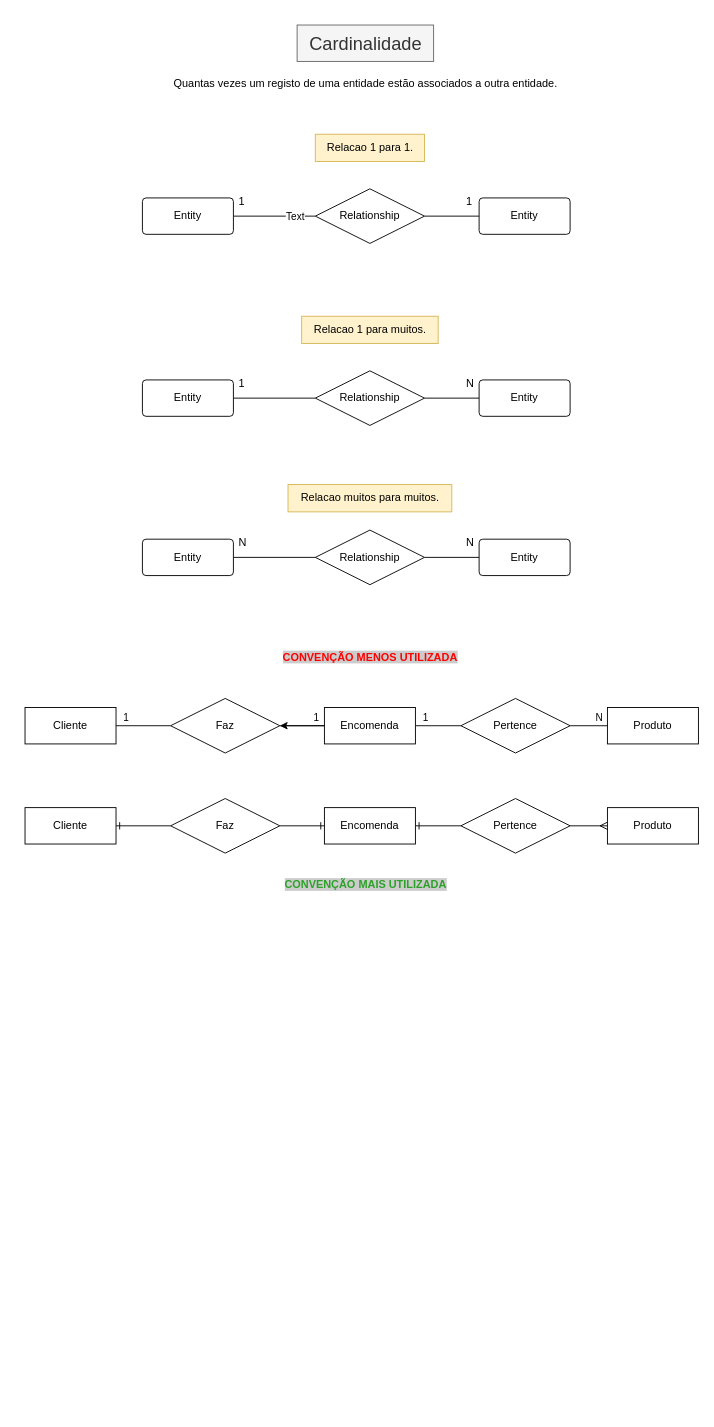
Above: Base de dados/Diagrama Entidade e Relacao/Cardinalidade.drawio in JoaoNuno96/Web-and-Mobile-Developer---CESAE (draw.io), before the change. Source tidied: cells renumbered, new cells numbered last; positions are measured from the earlier drawing's top-left corner, leaving out a move shared by most shapes. Both pictures are drawn from the tidied source at 91%, with x=0, y=0 at pixel (25, 25).
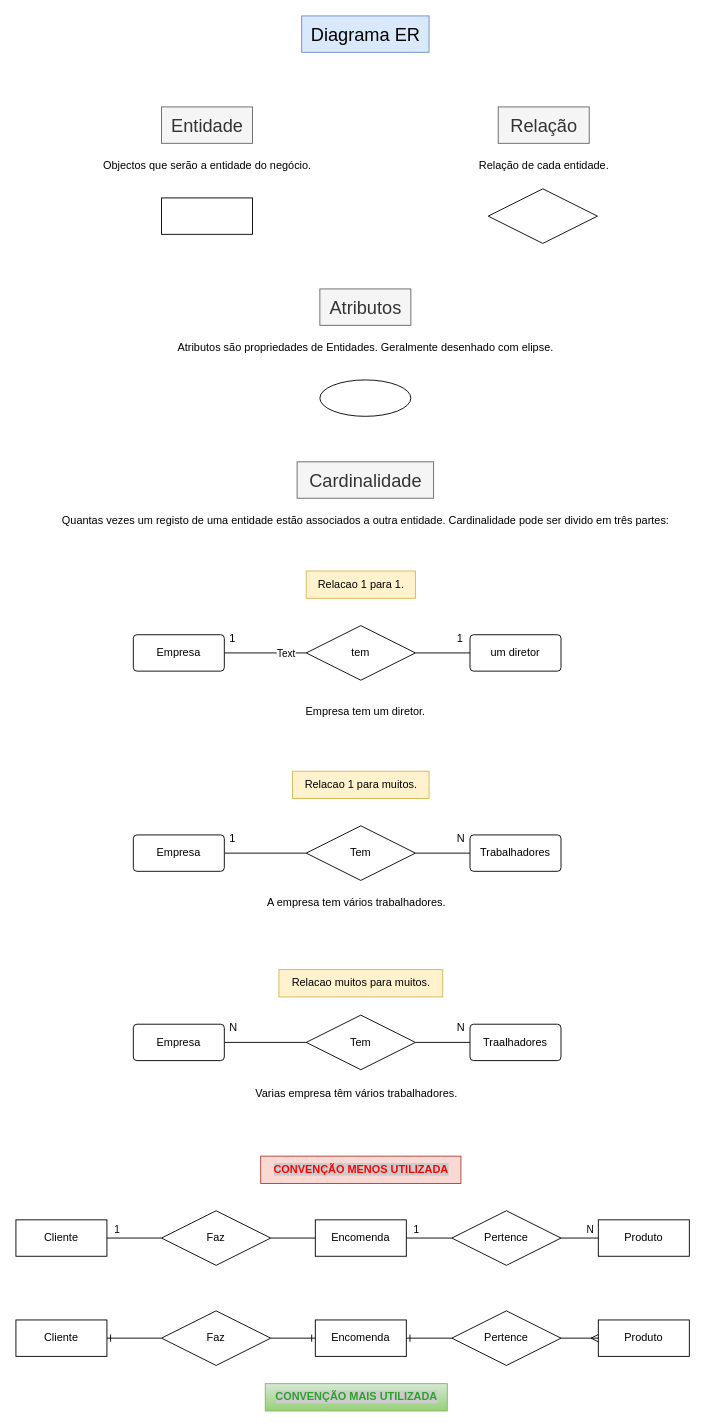
Above is the later version.

The edit, as a diff of the source:
```diff
@@
     <mxCell id="2" value="&lt;font style=&quot;font-size: 20px;&quot;&gt;Cardinalidade&lt;/font&gt;" style="text;html=1;align=center;verticalAlign=middle;rounded=0;glass=0;rotation=0;fillColor=#f5f5f5;fontColor=#333333;strokeColor=#666666;" parent="1" vertex="1">
-      <mxGeometry x="299" width="150" height="40" as="geometry" />
+      <mxGeometry x="299" y="480" width="150" height="40" as="geometry" />
     </mxCell>
-    <mxCell id="3" value="Quantas vezes um registo de uma entidade estão associados a outra entidade." style="text;html=1;align=center;verticalAlign=middle;strokeColor=none;fillColor=none;" parent="1" vertex="1">
-      <mxGeometry x="149" y="50" width="450" height="30" as="geometry" />
+    <mxCell id="3" value="Quantas vezes um registo de uma entidade estão associados a outra entidade. Cardinalidade pode ser divido em três partes:" style="text;html=1;align=center;verticalAlign=middle;strokeColor=none;fillColor=none;" parent="1" vertex="1">
+      <mxGeometry x="29" y="530" width="690" height="30" as="geometry" />
     </mxCell>
     <mxCell id="4" value="Relacao muitos para muitos." style="text;html=1;align=center;verticalAlign=middle;strokeColor=#d6b656;fillColor=#fff2cc;" parent="1" vertex="1">
-      <mxGeometry x="289" y="505" width="180" height="30" as="geometry" />
+      <mxGeometry x="279" y="1038" width="180" height="30" as="geometry" />
     </mxCell>
@@
-    <mxCell id="7" value="Entity" style="rounded=1;arcSize=10;whiteSpace=wrap;html=1;align=center;" parent="1" vertex="1">
-      <mxGeometry x="129" y="190" width="100" height="40" as="geometry" />
+    <mxCell id="7" value="Empresa" style="rounded=1;arcSize=10;whiteSpace=wrap;html=1;align=center;" parent="1" vertex="1">
+      <mxGeometry x="119" y="670" width="100" height="40" as="geometry" />
     </mxCell>
-    <mxCell id="8" value="Entity" style="rounded=1;arcSize=10;whiteSpace=wrap;html=1;align=center;" parent="1" vertex="1">
-      <mxGeometry x="499" y="190" width="100" height="40" as="geometry" />
+    <mxCell id="8" value="um diretor" style="rounded=1;arcSize=10;whiteSpace=wrap;html=1;align=center;" parent="1" vertex="1">
+      <mxGeometry x="489" y="670" width="100" height="40" as="geometry" />
     </mxCell>
@@
-    <mxCell id="10" value="Relationship" style="shape=rhombus;perimeter=rhombusPerimeter;whiteSpace=wrap;html=1;align=center;" parent="1" vertex="1">
-      <mxGeometry x="319" y="180" width="120" height="60" as="geometry" />
+    <mxCell id="10" value="tem" style="shape=rhombus;perimeter=rhombusPerimeter;whiteSpace=wrap;html=1;align=center;" parent="1" vertex="1">
+      <mxGeometry x="309" y="660" width="120" height="60" as="geometry" />
     </mxCell>
     <mxCell id="11" value="1" style="text;strokeColor=none;fillColor=none;spacingLeft=4;spacingRight=4;overflow=hidden;fontSize=12;whiteSpace=wrap;html=1;" parent="1" vertex="1">
-      <mxGeometry x="229" y="180" width="40" height="30" as="geometry" />
+      <mxGeometry x="219" y="660" width="40" height="30" as="geometry" />
     </mxCell>
     <mxCell id="12" value="1" style="text;strokeColor=none;fillColor=none;spacingLeft=4;spacingRight=4;overflow=hidden;fontSize=12;whiteSpace=wrap;html=1;" parent="1" vertex="1">
-      <mxGeometry x="479" y="180" width="40" height="30" as="geometry" />
+      <mxGeometry x="469" y="660" width="40" height="30" as="geometry" />
     </mxCell>
@@
-    <mxCell id="14" value="Entity" style="rounded=1;arcSize=10;whiteSpace=wrap;html=1;align=center;" parent="1" vertex="1">
-      <mxGeometry x="129" y="390" width="100" height="40" as="geometry" />
+    <mxCell id="14" value="Empresa" style="rounded=1;arcSize=10;whiteSpace=wrap;html=1;align=center;" parent="1" vertex="1">
+      <mxGeometry x="119" y="890" width="100" height="40" as="geometry" />
     </mxCell>
-    <mxCell id="15" value="Entity" style="rounded=1;arcSize=10;whiteSpace=wrap;html=1;align=center;" parent="1" vertex="1">
-      <mxGeometry x="499" y="390" width="100" height="40" as="geometry" />
+    <mxCell id="15" value="Trabalhadores" style="rounded=1;arcSize=10;whiteSpace=wrap;html=1;align=center;" parent="1" vertex="1">
+      <mxGeometry x="489" y="890" width="100" height="40" as="geometry" />
     </mxCell>
@@
-    <mxCell id="17" value="Relationship" style="shape=rhombus;perimeter=rhombusPerimeter;whiteSpace=wrap;html=1;align=center;" parent="1" vertex="1">
-      <mxGeometry x="319" y="380" width="120" height="60" as="geometry" />
+    <mxCell id="17" value="Tem" style="shape=rhombus;perimeter=rhombusPerimeter;whiteSpace=wrap;html=1;align=center;" parent="1" vertex="1">
+      <mxGeometry x="309" y="880" width="120" height="60" as="geometry" />
     </mxCell>
     <mxCell id="18" value="1" style="text;strokeColor=none;fillColor=none;spacingLeft=4;spacingRight=4;overflow=hidden;fontSize=12;whiteSpace=wrap;html=1;" parent="1" vertex="1">
-      <mxGeometry x="229" y="380" width="40" height="30" as="geometry" />
+      <mxGeometry x="219" y="880" width="40" height="30" as="geometry" />
     </mxCell>
     <mxCell id="19" value="N" style="text;strokeColor=none;fillColor=none;spacingLeft=4;spacingRight=4;overflow=hidden;fontSize=12;whiteSpace=wrap;html=1;" parent="1" vertex="1">
-      <mxGeometry x="479" y="380" width="40" height="30" as="geometry" />
+      <mxGeometry x="469" y="880" width="40" height="30" as="geometry" />
     </mxCell>
@@
-    <mxCell id="21" value="Entity" style="rounded=1;arcSize=10;whiteSpace=wrap;html=1;align=center;" parent="1" vertex="1">
-      <mxGeometry x="129" y="565" width="100" height="40" as="geometry" />
+    <mxCell id="21" value="Empresa" style="rounded=1;arcSize=10;whiteSpace=wrap;html=1;align=center;" parent="1" vertex="1">
+      <mxGeometry x="119" y="1098" width="100" height="40" as="geometry" />
     </mxCell>
-    <mxCell id="22" value="Entity" style="rounded=1;arcSize=10;whiteSpace=wrap;html=1;align=center;" parent="1" vertex="1">
-      <mxGeometry x="499" y="565" width="100" height="40" as="geometry" />
+    <mxCell id="22" value="Traalhadores" style="rounded=1;arcSize=10;whiteSpace=wrap;html=1;align=center;" parent="1" vertex="1">
+      <mxGeometry x="489" y="1098" width="100" height="40" as="geometry" />
     </mxCell>
@@
-    <mxCell id="24" value="Relationship" style="shape=rhombus;perimeter=rhombusPerimeter;whiteSpace=wrap;html=1;align=center;" parent="1" vertex="1">
-      <mxGeometry x="319" y="555" width="120" height="60" as="geometry" />
+    <mxCell id="24" value="Tem" style="shape=rhombus;perimeter=rhombusPerimeter;whiteSpace=wrap;html=1;align=center;" parent="1" vertex="1">
+      <mxGeometry x="309" y="1088" width="120" height="60" as="geometry" />
     </mxCell>
     <mxCell id="25" value="N" style="text;strokeColor=none;fillColor=none;spacingLeft=4;spacingRight=4;overflow=hidden;fontSize=12;whiteSpace=wrap;html=1;" parent="1" vertex="1">
-      <mxGeometry x="229" y="555" width="40" height="30" as="geometry" />
+      <mxGeometry x="219" y="1088" width="40" height="30" as="geometry" />
     </mxCell>
     <mxCell id="26" value="N" style="text;strokeColor=none;fillColor=none;spacingLeft=4;spacingRight=4;overflow=hidden;fontSize=12;whiteSpace=wrap;html=1;" parent="1" vertex="1">
-      <mxGeometry x="479" y="555" width="40" height="30" as="geometry" />
+      <mxGeometry x="469" y="1088" width="40" height="30" as="geometry" />
     </mxCell>
     <mxCell id="27" value="Relacao 1 para muitos&lt;span style=&quot;background-color: initial;&quot;&gt;.&lt;/span&gt;" style="text;html=1;align=center;verticalAlign=middle;strokeColor=#d6b656;fillColor=#fff2cc;" parent="1" vertex="1">
-      <mxGeometry x="304" y="320" width="150" height="30" as="geometry" />
+      <mxGeometry x="294" y="820" width="150" height="30" as="geometry" />
     </mxCell>
@@
     <mxCell id="30" value="Cliente" style="whiteSpace=wrap;html=1;align=center;" parent="1" vertex="1">
-      <mxGeometry y="750" width="100" height="40" as="geometry" />
+      <mxGeometry x="-10" y="1313" width="100" height="40" as="geometry" />
     </mxCell>
@@
-    <mxCell id="33" style="edgeStyle=orthogonalEdgeStyle;rounded=0;jettySize=auto;html=1;" parent="1" edge="1" source="34" target="38">
+    <mxCell id="33" style="edgeStyle=orthogonalEdgeStyle;rounded=0;jettySize=auto;html=1;endArrow=none;endFill=0;" parent="1" edge="1" source="34" target="38">
       <mxGeometry relative="1" as="geometry" />
     </mxCell>
     <mxCell id="34" value="Encomenda" style="whiteSpace=wrap;html=1;align=center;" parent="1" vertex="1">
-      <mxGeometry x="329" y="750" width="100" height="40" as="geometry" />
+      <mxGeometry x="319" y="1313" width="100" height="40" as="geometry" />
     </mxCell>
     <mxCell id="35" value="Produto" style="whiteSpace=wrap;html=1;align=center;" parent="1" vertex="1">
-      <mxGeometry x="640" y="750" width="100" height="40" as="geometry" />
+      <mxGeometry x="630" y="1313" width="100" height="40" as="geometry" />
     </mxCell>
-    <mxCell id="36" style="edgeStyle=orthogonalEdgeStyle;rounded=0;jettySize=auto;html=1;entryX=0;entryY=0.5;entryDx=0;entryDy=0;endArrow=none;endFill=0;" parent="1" edge="1" source="38" target="34">
-      <mxGeometry relative="1" as="geometry" />
-    </mxCell>
-    <mxCell id="37" value="1" style="edgeLabel;html=1;align=center;verticalAlign=middle;" parent="36" vertex="1">
-      <mxGeometry x="0.05" y="2" relative="1" as="geometry">
-        <mxPoint x="13" y="-8" as="offset" />
-      </mxGeometry>
-    </mxCell>
     <mxCell id="38" value="Faz" style="shape=rhombus;perimeter=rhombusPerimeter;whiteSpace=wrap;html=1;align=center;" parent="1" vertex="1">
-      <mxGeometry x="160" y="740" width="120" height="60" as="geometry" />
+      <mxGeometry x="150" y="1303" width="120" height="60" as="geometry" />
     </mxCell>
@@
     <mxCell id="41" value="Pertence" style="shape=rhombus;perimeter=rhombusPerimeter;whiteSpace=wrap;html=1;align=center;" parent="1" vertex="1">
-      <mxGeometry x="479" y="740" width="120" height="60" as="geometry" />
+      <mxGeometry x="469" y="1303" width="120" height="60" as="geometry" />
     </mxCell>
@@
     <mxCell id="43" value="Cliente" style="whiteSpace=wrap;html=1;align=center;" parent="1" vertex="1">
-      <mxGeometry y="860" width="100" height="40" as="geometry" />
+      <mxGeometry x="-10" y="1423" width="100" height="40" as="geometry" />
     </mxCell>
@@
     <mxCell id="45" value="Encomenda" style="whiteSpace=wrap;html=1;align=center;" parent="1" vertex="1">
-      <mxGeometry x="329" y="860" width="100" height="40" as="geometry" />
+      <mxGeometry x="319" y="1423" width="100" height="40" as="geometry" />
     </mxCell>
     <mxCell id="46" value="Produto" style="whiteSpace=wrap;html=1;align=center;" parent="1" vertex="1">
-      <mxGeometry x="640" y="860" width="100" height="40" as="geometry" />
+      <mxGeometry x="630" y="1423" width="100" height="40" as="geometry" />
     </mxCell>
@@
     <mxCell id="48" value="Faz" style="shape=rhombus;perimeter=rhombusPerimeter;whiteSpace=wrap;html=1;align=center;" parent="1" vertex="1">
-      <mxGeometry x="160" y="850" width="120" height="60" as="geometry" />
+      <mxGeometry x="150" y="1413" width="120" height="60" as="geometry" />
     </mxCell>
@@
     <mxCell id="50" value="Pertence" style="shape=rhombus;perimeter=rhombusPerimeter;whiteSpace=wrap;html=1;align=center;" parent="1" vertex="1">
-      <mxGeometry x="479" y="850" width="120" height="60" as="geometry" />
+      <mxGeometry x="469" y="1413" width="120" height="60" as="geometry" />
     </mxCell>
-    <mxCell id="51" value="&lt;font color=&quot;#2ca128&quot; style=&quot;background-color: rgb(204, 204, 204);&quot;&gt;&lt;b&gt;CONVENÇÃO MAIS UTILIZADA&lt;/b&gt;&lt;/font&gt;" style="text;html=1;align=center;verticalAlign=middle;strokeColor=none;fillColor=none;" parent="1" vertex="1">
-      <mxGeometry x="274" y="930" width="200" height="30" as="geometry" />
+    <mxCell id="51" value="&lt;font color=&quot;#2ca128&quot; style=&quot;background-color: rgb(204, 204, 204);&quot;&gt;&lt;b&gt;CONVENÇÃO MAIS UTILIZADA&lt;/b&gt;&lt;/font&gt;" style="text;html=1;align=center;verticalAlign=middle;strokeColor=#82b366;fillColor=#d5e8d4;gradientColor=#97d077;" parent="1" vertex="1">
+      <mxGeometry x="264" y="1493" width="200" height="30" as="geometry" />
     </mxCell>
-    <mxCell id="52" value="&lt;font color=&quot;#ff0000&quot; style=&quot;background-color: rgb(204, 204, 204);&quot;&gt;&lt;b&gt;CONVENÇÃO MENOS UTILIZADA&lt;/b&gt;&lt;/font&gt;" style="text;html=1;align=center;verticalAlign=middle;strokeColor=none;fillColor=none;" parent="1" vertex="1">
-      <mxGeometry x="269" y="680" width="220" height="30" as="geometry" />
+    <mxCell id="52" value="&lt;font color=&quot;#ff0000&quot; style=&quot;background-color: rgb(204, 204, 204);&quot;&gt;&lt;b&gt;CONVENÇÃO MENOS UTILIZADA&lt;/b&gt;&lt;/font&gt;" style="text;html=1;align=center;verticalAlign=middle;strokeColor=#ae4132;fillColor=#fad9d5;" parent="1" vertex="1">
+      <mxGeometry x="259" y="1243" width="220" height="30" as="geometry" />
     </mxCell>
     <mxCell id="53" value="Relacao 1 para 1&lt;span style=&quot;background-color: initial;&quot;&gt;.&lt;/span&gt;" style="text;html=1;align=center;verticalAlign=middle;strokeColor=#d6b656;fillColor=#fff2cc;" parent="1" vertex="1">
-      <mxGeometry x="319" y="120" width="120" height="30" as="geometry" />
+      <mxGeometry x="309" y="600" width="120" height="30" as="geometry" />
     </mxCell>
+    <mxCell id="54" value="&lt;font style=&quot;font-size: 20px;&quot;&gt;Atributos&lt;/font&gt;" style="text;html=1;align=center;verticalAlign=middle;rounded=0;glass=0;rotation=0;fillColor=#f5f5f5;fontColor=#333333;strokeColor=#666666;" parent="1" vertex="1">
+      <mxGeometry x="324" y="290" width="100" height="40" as="geometry" />
+    </mxCell>
+    <mxCell id="55" value="Atributos são propriedades de Entidades. Geralmente desenhado com elipse." style="text;html=1;align=center;verticalAlign=middle;strokeColor=none;fillColor=none;" parent="1" vertex="1">
+      <mxGeometry x="154" y="340" width="440" height="30" as="geometry" />
+    </mxCell>
+    <mxCell id="56" value="&lt;span style=&quot;font-size: 20px;&quot;&gt;Entidade&lt;/span&gt;" style="text;html=1;align=center;verticalAlign=middle;rounded=0;glass=0;rotation=0;fillColor=#f5f5f5;fontColor=#333333;strokeColor=#666666;" parent="1" vertex="1">
+      <mxGeometry x="150" y="90" width="100" height="40" as="geometry" />
+    </mxCell>
+    <mxCell id="57" value="Objectos que serão a entidade do negócio." style="text;html=1;align=center;verticalAlign=middle;" parent="1" vertex="1">
+      <mxGeometry x="75" y="140" width="250" height="30" as="geometry" />
+    </mxCell>
+    <mxCell id="58" value="&lt;span style=&quot;font-size: 20px;&quot;&gt;Relação&lt;/span&gt;" style="text;html=1;align=center;verticalAlign=middle;rounded=0;glass=0;rotation=0;fillColor=#f5f5f5;fontColor=#333333;strokeColor=#666666;" parent="1" vertex="1">
+      <mxGeometry x="520" y="90" width="100" height="40" as="geometry" />
+    </mxCell>
+    <mxCell id="59" value="Relação de cada entidade." style="text;html=1;align=center;verticalAlign=middle;strokeColor=none;fillColor=none;" parent="1" vertex="1">
+      <mxGeometry x="485" y="140" width="170" height="30" as="geometry" />
+    </mxCell>
+    <mxCell id="60" style="shape=rhombus;perimeter=rhombusPerimeter;whiteSpace=wrap;html=1;align=center;" parent="1" vertex="1">
+      <mxGeometry x="509" y="180" width="120" height="60" as="geometry" />
+    </mxCell>
+    <mxCell id="61" style="whiteSpace=wrap;html=1;align=center;" parent="1" vertex="1">
+      <mxGeometry x="150" y="190" width="100" height="40" as="geometry" />
+    </mxCell>
+    <mxCell id="62" value="&lt;span style=&quot;font-size: 20px;&quot;&gt;Diagrama ER&lt;/span&gt;" style="text;html=1;align=center;verticalAlign=middle;rounded=0;glass=0;rotation=0;fillColor=#dae8fc;strokeColor=#6c8ebf;" parent="1" vertex="1">
+      <mxGeometry x="304" y="-10" width="140" height="40" as="geometry" />
+    </mxCell>
+    <mxCell id="63" value="A empresa tem vários trabalhadores." style="text;html=1;align=center;verticalAlign=middle;strokeColor=none;fillColor=none;" parent="1" vertex="1">
+      <mxGeometry x="254" y="950" width="220" height="30" as="geometry" />
+    </mxCell>
+    <mxCell id="64" value="Empresa tem um diretor." style="text;html=1;align=center;verticalAlign=middle;strokeColor=none;fillColor=none;" parent="1" vertex="1">
+      <mxGeometry x="299" y="740" width="150" height="30" as="geometry" />
+    </mxCell>
+    <mxCell id="65" value="Varias empresa têm vários trabalhadores." style="text;html=1;align=center;verticalAlign=middle;strokeColor=none;fillColor=none;" parent="1" vertex="1">
+      <mxGeometry x="239" y="1160" width="250" height="30" as="geometry" />
+    </mxCell>
+    <mxCell id="66" style="ellipse;whiteSpace=wrap;html=1;align=center;" parent="1" vertex="1">
+      <mxGeometry x="324" y="390" width="100" height="40" as="geometry" />
+    </mxCell>
```
